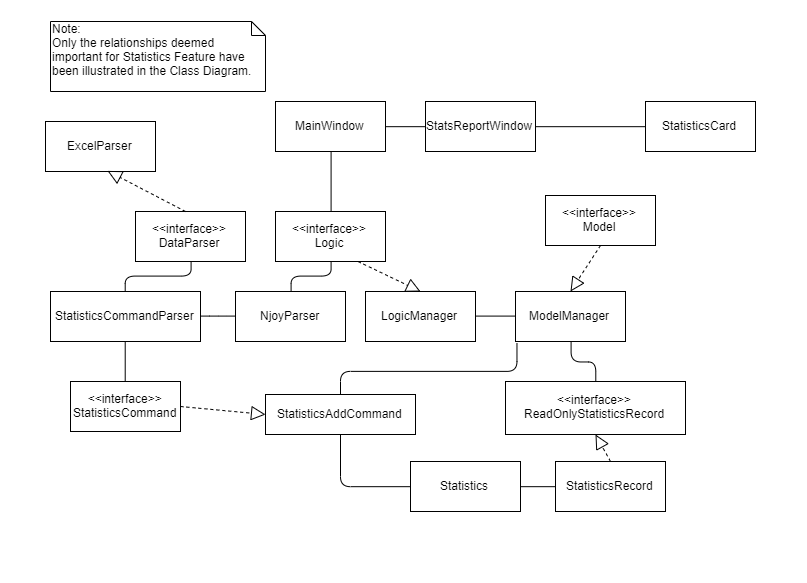
Above: docs/images/DeveloperGuideResources/StatisticsClassDiagram.png in nus-cs2103-AY1920S1/addressbook-level3 (draw.io), before the change. Source tidied: cells renumbered, new cells last; positions are measured from the earlier drawing's top-left corner, leaving out a move shared by most shapes. Its diagram source:
```xml
<mxGraphModel>
  <root>
    <mxCell id="0" />
    <mxCell id="1" parent="0" />
    <mxCell id="2" value="&amp;lt;&amp;lt;interface&amp;gt;&amp;gt;&lt;br&gt;StatisticsCommand" style="html=1;" parent="1" vertex="1">
      <mxGeometry x="70" y="381" width="110" height="50" as="geometry" />
    </mxCell>
    <mxCell id="3" value="ExcelParser" style="html=1;" parent="1" vertex="1">
      <mxGeometry x="45" y="121" width="110" height="50" as="geometry" />
    </mxCell>
    <mxCell id="4" value="&amp;lt;&amp;lt;interface&amp;gt;&amp;gt;&lt;br&gt;DataParser" style="html=1;" parent="1" vertex="1">
      <mxGeometry x="135" y="211" width="110" height="50" as="geometry" />
    </mxCell>
    <mxCell id="5" value="StatisticsCommandParser" style="html=1;" parent="1" vertex="1">
      <mxGeometry x="50" y="291" width="150" height="50" as="geometry" />
    </mxCell>
    <mxCell id="6" value="NjoyParser" style="html=1;" parent="1" vertex="1">
      <mxGeometry x="235" y="291" width="110" height="50" as="geometry" />
    </mxCell>
    <mxCell id="7" value="StatisticsCard" style="html=1;" parent="1" vertex="1">
      <mxGeometry x="645" y="101" width="110" height="50" as="geometry" />
    </mxCell>
    <mxCell id="8" value="StatsReportWindow" style="html=1;" parent="1" vertex="1">
      <mxGeometry x="425" y="101" width="110" height="50" as="geometry" />
    </mxCell>
    <mxCell id="9" value="MainWindow" style="html=1;" parent="1" vertex="1">
      <mxGeometry x="275" y="101" width="110" height="50" as="geometry" />
    </mxCell>
    <mxCell id="10" value="StatisticsAddCommand" style="html=1;" parent="1" vertex="1">
      <mxGeometry x="265" y="394" width="150" height="40" as="geometry" />
    </mxCell>
    <mxCell id="11" value="ModelManager" style="html=1;" parent="1" vertex="1">
      <mxGeometry x="515" y="291" width="110" height="50" as="geometry" />
    </mxCell>
    <mxCell id="12" value="&amp;lt;&amp;lt;interface&amp;gt;&amp;gt;&lt;br&gt;Model" style="html=1;" parent="1" vertex="1">
      <mxGeometry x="545" y="195" width="110" height="50" as="geometry" />
    </mxCell>
    <mxCell id="13" style="endArrow=block;dashed=1;endFill=0;endSize=12;html=1;entryX=0.5;entryY=0;entryDx=0;entryDy=0;exitX=0.5;exitY=1;exitDx=0;exitDy=0;" parent="1" edge="1" source="12" target="11">
      <mxGeometry relative="1" as="geometry" />
    </mxCell>
    <mxCell id="14" style="endArrow=block;dashed=1;endFill=0;endSize=12;html=1;entryX=0;entryY=0.5;entryDx=0;entryDy=0;exitX=1;exitY=0.5;exitDx=0;exitDy=0;" parent="1" edge="1" source="2" target="10">
      <mxGeometry relative="1" as="geometry" />
    </mxCell>
    <mxCell id="15" style="endArrow=block;dashed=1;endFill=0;endSize=12;html=1;entryX=0.564;entryY=0.988;entryDx=0;entryDy=0;entryPerimeter=0;" parent="1" edge="1" target="3">
      <mxGeometry relative="1" as="geometry">
        <mxPoint x="185" y="211" as="sourcePoint" />
      </mxGeometry>
    </mxCell>
    <mxCell id="16" style="endArrow=none;html=1;edgeStyle=orthogonalEdgeStyle;entryX=0;entryY=0.5;entryDx=0;entryDy=0;" parent="1" edge="1" source="5" target="6">
      <mxGeometry relative="1" as="geometry" />
    </mxCell>
    <mxCell id="17" style="endArrow=none;html=1;edgeStyle=orthogonalEdgeStyle;exitX=1;exitY=0.5;exitDx=0;exitDy=0;entryX=0;entryY=0.5;entryDx=0;entryDy=0;" parent="1" edge="1" source="8" target="7">
      <mxGeometry relative="1" as="geometry" />
    </mxCell>
    <mxCell id="18" style="endArrow=none;html=1;edgeStyle=orthogonalEdgeStyle;entryX=0;entryY=0.5;entryDx=0;entryDy=0;exitX=1;exitY=0.5;exitDx=0;exitDy=0;" parent="1" edge="1" source="9" target="8">
      <mxGeometry relative="1" as="geometry" />
    </mxCell>
    <mxCell id="19" style="endArrow=none;html=1;edgeStyle=orthogonalEdgeStyle;entryX=0.5;entryY=0;entryDx=0;entryDy=0;exitX=0.5;exitY=1;exitDx=0;exitDy=0;" parent="1" edge="1" source="9" target="21">
      <mxGeometry relative="1" as="geometry" />
    </mxCell>
    <mxCell id="20" style="endArrow=none;html=1;edgeStyle=orthogonalEdgeStyle;entryX=0.5;entryY=0;entryDx=0;entryDy=0;exitX=0.5;exitY=1;exitDx=0;exitDy=0;" parent="1" edge="1" source="21" target="6">
      <mxGeometry relative="1" as="geometry" />
    </mxCell>
    <mxCell id="21" value="&amp;lt;&amp;lt;interface&amp;gt;&amp;gt;&lt;br&gt;Logic" style="html=1;" parent="1" vertex="1">
      <mxGeometry x="275" y="211" width="110" height="50" as="geometry" />
    </mxCell>
    <mxCell id="22" style="endArrow=block;dashed=1;endFill=0;endSize=12;html=1;entryX=0.5;entryY=0;entryDx=0;entryDy=0;exitX=0.75;exitY=1;exitDx=0;exitDy=0;" parent="1" edge="1" source="21" target="23">
      <mxGeometry relative="1" as="geometry" />
    </mxCell>
    <mxCell id="23" value="LogicManager" style="html=1;" parent="1" vertex="1">
      <mxGeometry x="365" y="291" width="110" height="50" as="geometry" />
    </mxCell>
    <mxCell id="24" style="endArrow=none;html=1;edgeStyle=orthogonalEdgeStyle;exitX=0.5;exitY=0;exitDx=0;exitDy=0;entryX=0.5;entryY=1;entryDx=0;entryDy=0;" parent="1" edge="1" source="5" target="4">
      <mxGeometry relative="1" as="geometry" />
    </mxCell>
    <mxCell id="25" style="endArrow=none;html=1;edgeStyle=orthogonalEdgeStyle;exitX=0.5;exitY=0;exitDx=0;exitDy=0;entryX=0.5;entryY=1;entryDx=0;entryDy=0;" parent="1" edge="1" source="2" target="5">
      <mxGeometry relative="1" as="geometry" />
    </mxCell>
    <mxCell id="26" style="endArrow=none;html=1;edgeStyle=orthogonalEdgeStyle;entryX=0;entryY=0.5;entryDx=0;entryDy=0;exitX=0.5;exitY=1;exitDx=0;exitDy=0;" parent="1" edge="1" source="10" target="27">
      <mxGeometry relative="1" as="geometry" />
    </mxCell>
    <mxCell id="27" value="Statistics" style="html=1;" parent="1" vertex="1">
      <mxGeometry x="410" y="461" width="110" height="50" as="geometry" />
    </mxCell>
    <mxCell id="28" style="rounded=0;whiteSpace=wrap;html=1;fillColor=none;strokeColor=none;" parent="1" vertex="1">
      <mxGeometry width="805" height="581" as="geometry" />
    </mxCell>
    <mxCell id="29" value="Note:&lt;br&gt;Only the relationships deemed important for Statistics Feature have been illustrated in the Class Diagram." style="shape=note;whiteSpace=wrap;html=1;size=14;verticalAlign=top;align=left;spacingTop=-6;fillColor=none;" parent="1" vertex="1">
      <mxGeometry x="50" y="21" width="215" height="70" as="geometry" />
    </mxCell>
    <mxCell id="30" style="endArrow=none;html=1;edgeStyle=orthogonalEdgeStyle;entryX=0.5;entryY=0;entryDx=0;entryDy=0;exitX=0.5;exitY=1;exitDx=0;exitDy=0;" parent="1" edge="1" source="11" target="31">
      <mxGeometry relative="1" as="geometry" />
    </mxCell>
    <mxCell id="31" value="&amp;lt;&amp;lt;interface&amp;gt;&amp;gt;&lt;br&gt;ReadOnlyStatisticsRecord" style="html=1;" parent="1" vertex="1">
      <mxGeometry x="505" y="381" width="180" height="53" as="geometry" />
    </mxCell>
    <mxCell id="32" value="StatisticsRecord" style="html=1;" parent="1" vertex="1">
      <mxGeometry x="555" y="461" width="110" height="50" as="geometry" />
    </mxCell>
    <mxCell id="33" style="endArrow=block;dashed=1;endFill=0;endSize=12;html=1;entryX=0.5;entryY=1;entryDx=0;entryDy=0;exitX=0.5;exitY=0;exitDx=0;exitDy=0;" parent="1" edge="1" source="32" target="31">
      <mxGeometry relative="1" as="geometry" />
    </mxCell>
    <mxCell id="34" style="endArrow=none;html=1;edgeStyle=orthogonalEdgeStyle;entryX=0;entryY=0.5;entryDx=0;entryDy=0;exitX=1;exitY=0.5;exitDx=0;exitDy=0;" parent="1" edge="1" source="27" target="32">
      <mxGeometry relative="1" as="geometry" />
    </mxCell>
    <mxCell id="35" style="endArrow=none;html=1;edgeStyle=orthogonalEdgeStyle;entryX=0;entryY=0.5;entryDx=0;entryDy=0;exitX=1;exitY=0.5;exitDx=0;exitDy=0;" parent="1" edge="1" source="23" target="11">
      <mxGeometry relative="1" as="geometry" />
    </mxCell>
    <mxCell id="36" style="endArrow=none;html=1;edgeStyle=orthogonalEdgeStyle;entryX=0.009;entryY=1.036;entryDx=0;entryDy=0;exitX=0.5;exitY=0;exitDx=0;exitDy=0;entryPerimeter=0;" parent="1" edge="1" source="10" target="11">
      <mxGeometry relative="1" as="geometry">
        <Array as="points">
          <mxPoint x="340" y="371" />
          <mxPoint x="516" y="371" />
        </Array>
      </mxGeometry>
    </mxCell>
  </root>
</mxGraphModel>
```
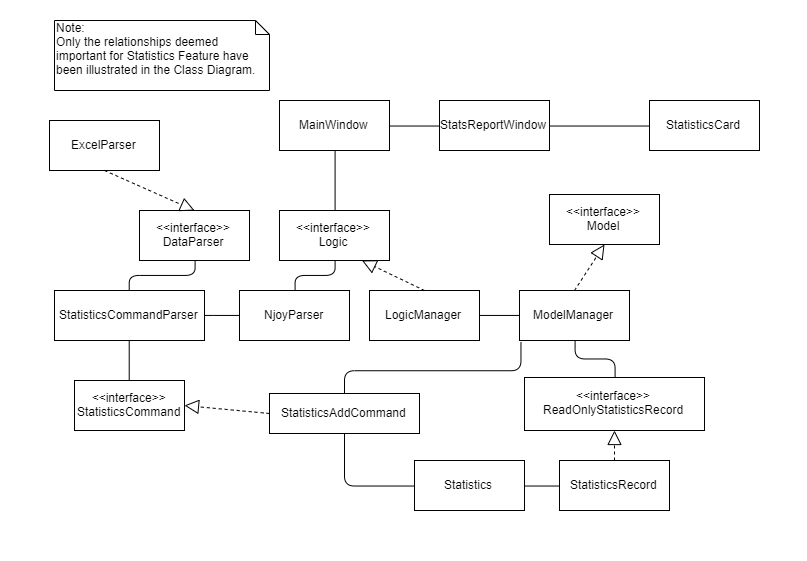
After the commit.

Commit message:
Add uml diagrams for notes and correct uml mistakes for statistics diagrams

The edit, as a diff of the source:
```diff
@@ -21,7 +21,7 @@
       <mxGeometry x="645" y="101" width="110" height="50" as="geometry" />
     </mxCell>
     <mxCell id="8" value="StatsReportWindow" style="html=1;" parent="1" vertex="1">
-      <mxGeometry x="425" y="101" width="110" height="50" as="geometry" />
+      <mxGeometry x="435" y="101" width="110" height="50" as="geometry" />
     </mxCell>
     <mxCell id="9" value="MainWindow" style="html=1;" parent="1" vertex="1">
       <mxGeometry x="275" y="101" width="110" height="50" as="geometry" />
@@ -35,16 +35,14 @@
     <mxCell id="12" value="&amp;lt;&amp;lt;interface&amp;gt;&amp;gt;&lt;br&gt;Model" style="html=1;" parent="1" vertex="1">
       <mxGeometry x="545" y="195" width="110" height="50" as="geometry" />
     </mxCell>
-    <mxCell id="13" style="endArrow=block;dashed=1;endFill=0;endSize=12;html=1;entryX=0.5;entryY=0;entryDx=0;entryDy=0;exitX=0.5;exitY=1;exitDx=0;exitDy=0;" parent="1" edge="1" source="12" target="11">
+    <mxCell id="13" style="endArrow=block;dashed=1;endFill=0;endSize=12;html=1;exitX=0.5;exitY=0;exitDx=0;exitDy=0;entryX=0.5;entryY=1;entryDx=0;entryDy=0;" parent="1" edge="1" source="11" target="12">
       <mxGeometry relative="1" as="geometry" />
     </mxCell>
-    <mxCell id="14" style="endArrow=block;dashed=1;endFill=0;endSize=12;html=1;entryX=0;entryY=0.5;entryDx=0;entryDy=0;exitX=1;exitY=0.5;exitDx=0;exitDy=0;" parent="1" edge="1" source="2" target="10">
+    <mxCell id="14" style="endArrow=block;dashed=1;endFill=0;endSize=12;html=1;entryX=1;entryY=0.5;entryDx=0;entryDy=0;exitX=0;exitY=0.5;exitDx=0;exitDy=0;" parent="1" edge="1" source="10" target="2">
       <mxGeometry relative="1" as="geometry" />
     </mxCell>
-    <mxCell id="15" style="endArrow=block;dashed=1;endFill=0;endSize=12;html=1;entryX=0.564;entryY=0.988;entryDx=0;entryDy=0;entryPerimeter=0;" parent="1" edge="1" target="3">
-      <mxGeometry relative="1" as="geometry">
-        <mxPoint x="185" y="211" as="sourcePoint" />
-      </mxGeometry>
+    <mxCell id="15" style="endArrow=block;dashed=1;endFill=0;endSize=12;html=1;exitX=0.5;exitY=1;exitDx=0;exitDy=0;entryX=0.5;entryY=0;entryDx=0;entryDy=0;" parent="1" edge="1" source="3" target="4">
+      <mxGeometry relative="1" as="geometry" />
     </mxCell>
     <mxCell id="16" style="endArrow=none;html=1;edgeStyle=orthogonalEdgeStyle;entryX=0;entryY=0.5;entryDx=0;entryDy=0;" parent="1" edge="1" source="5" target="6">
       <mxGeometry relative="1" as="geometry" />
@@ -64,7 +62,7 @@
     <mxCell id="21" value="&amp;lt;&amp;lt;interface&amp;gt;&amp;gt;&lt;br&gt;Logic" style="html=1;" parent="1" vertex="1">
       <mxGeometry x="275" y="211" width="110" height="50" as="geometry" />
     </mxCell>
-    <mxCell id="22" style="endArrow=block;dashed=1;endFill=0;endSize=12;html=1;entryX=0.5;entryY=0;entryDx=0;entryDy=0;exitX=0.75;exitY=1;exitDx=0;exitDy=0;" parent="1" edge="1" source="21" target="23">
+    <mxCell id="22" style="endArrow=block;dashed=1;endFill=0;endSize=12;html=1;entryX=0.75;entryY=1;entryDx=0;entryDy=0;exitX=0.5;exitY=0;exitDx=0;exitDy=0;" parent="1" edge="1" source="23" target="21">
       <mxGeometry relative="1" as="geometry" />
     </mxCell>
     <mxCell id="23" value="LogicManager" style="html=1;" parent="1" vertex="1">
@@ -83,7 +81,7 @@
       <mxGeometry x="410" y="461" width="110" height="50" as="geometry" />
     </mxCell>
     <mxCell id="28" style="rounded=0;whiteSpace=wrap;html=1;fillColor=none;strokeColor=none;" parent="1" vertex="1">
-      <mxGeometry width="805" height="581" as="geometry" />
+      <mxGeometry x="-4" y="1" width="805" height="560" as="geometry" />
     </mxCell>
     <mxCell id="29" value="Note:&lt;br&gt;Only the relationships deemed important for Statistics Feature have been illustrated in the Class Diagram." style="shape=note;whiteSpace=wrap;html=1;size=14;verticalAlign=top;align=left;spacingTop=-6;fillColor=none;" parent="1" vertex="1">
       <mxGeometry x="50" y="21" width="215" height="70" as="geometry" />
@@ -92,7 +90,7 @@
       <mxGeometry relative="1" as="geometry" />
     </mxCell>
     <mxCell id="31" value="&amp;lt;&amp;lt;interface&amp;gt;&amp;gt;&lt;br&gt;ReadOnlyStatisticsRecord" style="html=1;" parent="1" vertex="1">
-      <mxGeometry x="505" y="381" width="180" height="53" as="geometry" />
+      <mxGeometry x="520" y="378" width="180" height="53" as="geometry" />
     </mxCell>
     <mxCell id="32" value="StatisticsRecord" style="html=1;" parent="1" vertex="1">
       <mxGeometry x="555" y="461" width="110" height="50" as="geometry" />
```
